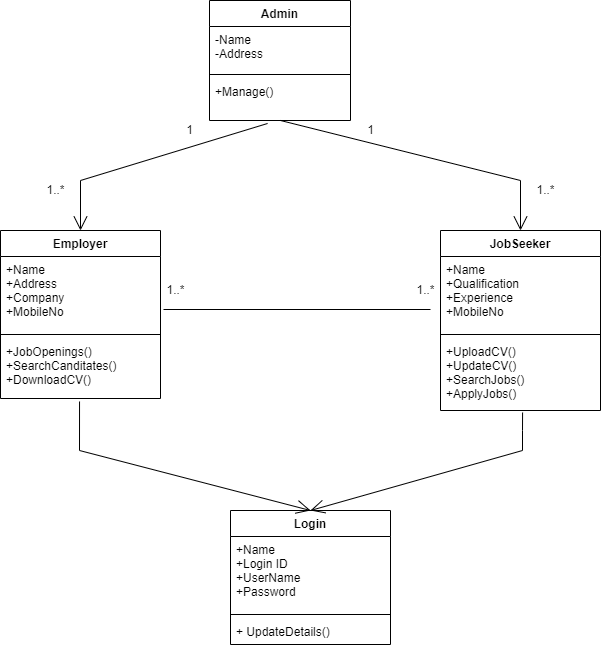
The draw.io diagram java-basics/02-12-2021/UML diagrams/Online Job Portal/Class Diagram.drawio.png in MuniswamiKokila/UST-prograd-training, before a commit. Source tidied: cells renumbered, new cells last; positions are measured from the earlier drawing's top-left corner, leaving out a move shared by most shapes. Its diagram source:
```xml
<mxGraphModel>
  <root>
    <mxCell id="0" />
    <mxCell id="1" parent="0" />
    <mxCell id="2" value="Admin" style="swimlane;fontStyle=1;align=center;verticalAlign=top;horizontal=1;startSize=26;" parent="1" vertex="1">
      <mxGeometry x="209" width="141" height="120" as="geometry" />
    </mxCell>
    <mxCell id="3" value="-Name&#10;-Address" style="text;strokeColor=none;fillColor=none;align=left;verticalAlign=top;spacingLeft=4;spacingRight=4;overflow=hidden;" parent="2" vertex="1">
      <mxGeometry y="26" width="141" height="44" as="geometry" />
    </mxCell>
    <mxCell id="4" style="line;strokeWidth=1;fillColor=none;align=left;verticalAlign=middle;spacingTop=-1;spacingLeft=3;spacingRight=3;labelPosition=right;" parent="2" vertex="1">
      <mxGeometry y="70" width="141" height="8" as="geometry" />
    </mxCell>
    <mxCell id="5" value="+Manage()" style="text;strokeColor=none;fillColor=none;align=left;verticalAlign=top;spacingLeft=4;spacingRight=4;overflow=hidden;points=[[0,0.5],[1,0.5]];portConstraint=eastwest;" parent="2" vertex="1">
      <mxGeometry y="78" width="141" height="42" as="geometry" />
    </mxCell>
    <mxCell id="6" value="Employer" style="swimlane;fontStyle=1;align=center;verticalAlign=top;horizontal=1;startSize=26;" parent="1" vertex="1">
      <mxGeometry y="230" width="160" height="168" as="geometry" />
    </mxCell>
    <mxCell id="7" value="+Name&#10;+Address&#10;+Company&#10;+MobileNo&#10;" style="text;strokeColor=none;fillColor=none;align=left;verticalAlign=top;spacingLeft=4;spacingRight=4;overflow=hidden;" parent="6" vertex="1">
      <mxGeometry y="26" width="160" height="74" as="geometry" />
    </mxCell>
    <mxCell id="8" style="line;strokeWidth=1;fillColor=none;align=left;verticalAlign=middle;spacingTop=-1;spacingLeft=3;spacingRight=3;labelPosition=right;" parent="6" vertex="1">
      <mxGeometry y="100" width="160" height="8" as="geometry" />
    </mxCell>
    <mxCell id="9" value="+JobOpenings()&#10;+SearchCanditates()&#10;+DownloadCV()&#10;" style="text;strokeColor=none;fillColor=none;align=left;verticalAlign=top;spacingLeft=4;spacingRight=4;overflow=hidden;points=[[0,0.5],[1,0.5]];portConstraint=eastwest;" parent="6" vertex="1">
      <mxGeometry y="108" width="160" height="60" as="geometry" />
    </mxCell>
    <mxCell id="10" value="JobSeeker" style="swimlane;fontStyle=1;align=center;verticalAlign=top;horizontal=1;startSize=26;" parent="1" vertex="1">
      <mxGeometry x="440" y="230" width="160" height="180" as="geometry" />
    </mxCell>
    <mxCell id="11" value="+Name&#10;+Qualification&#10;+Experience&#10;+MobileNo" style="text;strokeColor=none;fillColor=none;align=left;verticalAlign=top;spacingLeft=4;spacingRight=4;overflow=hidden;" parent="10" vertex="1">
      <mxGeometry y="26" width="160" height="74" as="geometry" />
    </mxCell>
    <mxCell id="12" style="line;strokeWidth=1;fillColor=none;align=left;verticalAlign=middle;spacingTop=-1;spacingLeft=3;spacingRight=3;labelPosition=right;" parent="10" vertex="1">
      <mxGeometry y="100" width="160" height="8" as="geometry" />
    </mxCell>
    <mxCell id="13" value="+UploadCV()&#10;+UpdateCV()&#10;+SearchJobs()&#10;+ApplyJobs()" style="text;strokeColor=none;fillColor=none;align=left;verticalAlign=top;spacingLeft=4;spacingRight=4;overflow=hidden;points=[[0,0.5],[1,0.5]];portConstraint=eastwest;" parent="10" vertex="1">
      <mxGeometry y="108" width="160" height="72" as="geometry" />
    </mxCell>
    <mxCell id="14" style="endArrow=open;endFill=1;endSize=12;html=1;rounded=0;exitX=0.412;exitY=1.071;exitDx=0;exitDy=0;exitPerimeter=0;entryX=0.5;entryY=0;entryDx=0;entryDy=0;" parent="1" edge="1" source="5" target="6">
      <mxGeometry relative="1" as="geometry">
        <Array as="points">
          <mxPoint x="80" y="180" />
        </Array>
      </mxGeometry>
    </mxCell>
    <mxCell id="15" style="endArrow=open;endFill=1;endSize=12;html=1;rounded=0;entryX=0.5;entryY=0;entryDx=0;entryDy=0;" parent="1" edge="1" target="10">
      <mxGeometry relative="1" as="geometry">
        <mxPoint x="280" y="120" as="sourcePoint" />
        <Array as="points">
          <mxPoint x="520" y="180" />
        </Array>
      </mxGeometry>
    </mxCell>
    <mxCell id="16" value="1" style="text;html=1;align=center;verticalAlign=middle;fillColor=none;strokeColor=none;rounded=0;" parent="1" vertex="1">
      <mxGeometry x="179" y="120" width="20" height="20" as="geometry" />
    </mxCell>
    <mxCell id="17" value="1..*" style="text;html=1;align=center;verticalAlign=middle;fillColor=none;strokeColor=none;rounded=0;" parent="1" vertex="1">
      <mxGeometry x="40" y="180" width="30" height="20" as="geometry" />
    </mxCell>
    <mxCell id="18" value="1" style="text;html=1;align=center;verticalAlign=middle;fillColor=none;strokeColor=none;rounded=0;" parent="1" vertex="1">
      <mxGeometry x="360" y="120" width="20" height="20" as="geometry" />
    </mxCell>
    <mxCell id="19" value="1..*" style="text;html=1;align=center;verticalAlign=middle;fillColor=none;strokeColor=none;rounded=0;" parent="1" vertex="1">
      <mxGeometry x="530" y="180" width="30" height="20" as="geometry" />
    </mxCell>
    <mxCell id="20" style="endArrow=none;html=1;rounded=0;" parent="1" edge="1">
      <mxGeometry relative="1" as="geometry">
        <mxPoint x="163" y="309" as="sourcePoint" />
        <mxPoint x="430" y="309" as="targetPoint" />
        <Array as="points">
          <mxPoint x="163" y="309" />
        </Array>
      </mxGeometry>
    </mxCell>
    <mxCell id="21" value="1..*" style="text;html=1;align=center;verticalAlign=middle;fillColor=none;strokeColor=none;rounded=0;" parent="1" vertex="1">
      <mxGeometry x="160" y="280" width="30" height="20" as="geometry" />
    </mxCell>
    <mxCell id="22" value="1..*" style="text;html=1;align=center;verticalAlign=middle;fillColor=none;strokeColor=none;rounded=0;" parent="1" vertex="1">
      <mxGeometry x="410" y="280" width="30" height="20" as="geometry" />
    </mxCell>
    <mxCell id="23" value="Login" style="swimlane;fontStyle=1;align=center;verticalAlign=top;horizontal=1;startSize=26;" parent="1" vertex="1">
      <mxGeometry x="230" y="510" width="160" height="134" as="geometry" />
    </mxCell>
    <mxCell id="24" value="+Name&#10;+Login ID&#10;+UserName&#10;+Password" style="text;strokeColor=none;fillColor=none;align=left;verticalAlign=top;spacingLeft=4;spacingRight=4;overflow=hidden;" parent="23" vertex="1">
      <mxGeometry y="26" width="160" height="74" as="geometry" />
    </mxCell>
    <mxCell id="25" style="line;strokeWidth=1;fillColor=none;align=left;verticalAlign=middle;spacingTop=-1;spacingLeft=3;spacingRight=3;labelPosition=right;" parent="23" vertex="1">
      <mxGeometry y="100" width="160" height="8" as="geometry" />
    </mxCell>
    <mxCell id="26" value="+ UpdateDetails()" style="text;strokeColor=none;fillColor=none;align=left;verticalAlign=top;spacingLeft=4;spacingRight=4;overflow=hidden;" parent="23" vertex="1">
      <mxGeometry y="108" width="160" height="26" as="geometry" />
    </mxCell>
    <mxCell id="27" style="endArrow=open;endFill=1;endSize=12;html=1;rounded=0;exitX=0.494;exitY=1.05;exitDx=0;exitDy=0;exitPerimeter=0;entryX=0.5;entryY=0;entryDx=0;entryDy=0;" parent="1" edge="1" source="9" target="23">
      <mxGeometry relative="1" as="geometry">
        <Array as="points">
          <mxPoint x="79" y="450" />
        </Array>
      </mxGeometry>
    </mxCell>
    <mxCell id="28" style="endArrow=open;endFill=1;endSize=12;html=1;rounded=0;exitX=0.513;exitY=1.028;exitDx=0;exitDy=0;exitPerimeter=0;" parent="1" edge="1" source="13">
      <mxGeometry relative="1" as="geometry">
        <mxPoint x="310" y="510" as="targetPoint" />
        <Array as="points">
          <mxPoint x="522" y="430" />
          <mxPoint x="522" y="450" />
        </Array>
      </mxGeometry>
    </mxCell>
  </root>
</mxGraphModel>
```
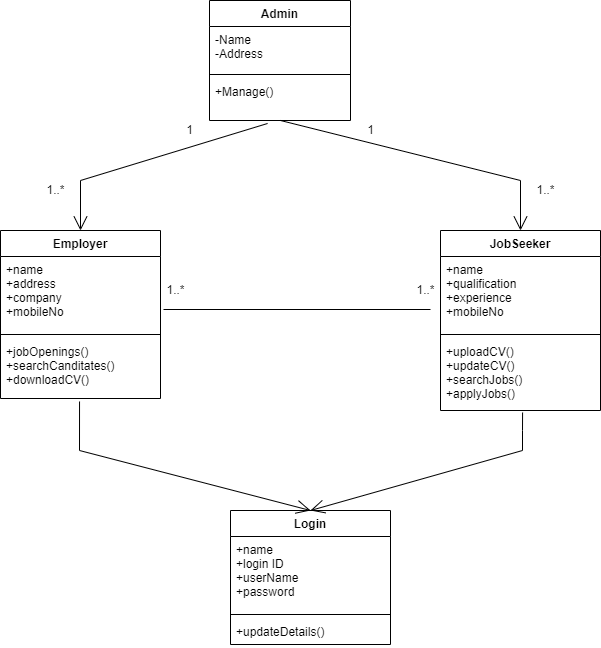
The same diagram one commit later.

Change to the diagram source:
```diff
@@ -17,25 +17,25 @@
     <mxCell id="6" value="Employer" style="swimlane;fontStyle=1;align=center;verticalAlign=top;horizontal=1;startSize=26;" parent="1" vertex="1">
       <mxGeometry y="230" width="160" height="168" as="geometry" />
     </mxCell>
-    <mxCell id="7" value="+Name&#10;+Address&#10;+Company&#10;+MobileNo&#10;" style="text;strokeColor=none;fillColor=none;align=left;verticalAlign=top;spacingLeft=4;spacingRight=4;overflow=hidden;" parent="6" vertex="1">
+    <mxCell id="7" value="+name&#10;+address&#10;+company&#10;+mobileNo&#10;" style="text;strokeColor=none;fillColor=none;align=left;verticalAlign=top;spacingLeft=4;spacingRight=4;overflow=hidden;" parent="6" vertex="1">
       <mxGeometry y="26" width="160" height="74" as="geometry" />
     </mxCell>
     <mxCell id="8" style="line;strokeWidth=1;fillColor=none;align=left;verticalAlign=middle;spacingTop=-1;spacingLeft=3;spacingRight=3;labelPosition=right;" parent="6" vertex="1">
       <mxGeometry y="100" width="160" height="8" as="geometry" />
     </mxCell>
-    <mxCell id="9" value="+JobOpenings()&#10;+SearchCanditates()&#10;+DownloadCV()&#10;" style="text;strokeColor=none;fillColor=none;align=left;verticalAlign=top;spacingLeft=4;spacingRight=4;overflow=hidden;points=[[0,0.5],[1,0.5]];portConstraint=eastwest;" parent="6" vertex="1">
+    <mxCell id="9" value="+jobOpenings()&#10;+searchCanditates()&#10;+downloadCV()&#10;" style="text;strokeColor=none;fillColor=none;align=left;verticalAlign=top;spacingLeft=4;spacingRight=4;overflow=hidden;points=[[0,0.5],[1,0.5]];portConstraint=eastwest;" parent="6" vertex="1">
       <mxGeometry y="108" width="160" height="60" as="geometry" />
     </mxCell>
     <mxCell id="10" value="JobSeeker" style="swimlane;fontStyle=1;align=center;verticalAlign=top;horizontal=1;startSize=26;" parent="1" vertex="1">
       <mxGeometry x="440" y="230" width="160" height="180" as="geometry" />
     </mxCell>
-    <mxCell id="11" value="+Name&#10;+Qualification&#10;+Experience&#10;+MobileNo" style="text;strokeColor=none;fillColor=none;align=left;verticalAlign=top;spacingLeft=4;spacingRight=4;overflow=hidden;" parent="10" vertex="1">
+    <mxCell id="11" value="+name&#10;+qualification&#10;+experience&#10;+mobileNo" style="text;strokeColor=none;fillColor=none;align=left;verticalAlign=top;spacingLeft=4;spacingRight=4;overflow=hidden;" parent="10" vertex="1">
       <mxGeometry y="26" width="160" height="74" as="geometry" />
     </mxCell>
     <mxCell id="12" style="line;strokeWidth=1;fillColor=none;align=left;verticalAlign=middle;spacingTop=-1;spacingLeft=3;spacingRight=3;labelPosition=right;" parent="10" vertex="1">
       <mxGeometry y="100" width="160" height="8" as="geometry" />
     </mxCell>
-    <mxCell id="13" value="+UploadCV()&#10;+UpdateCV()&#10;+SearchJobs()&#10;+ApplyJobs()" style="text;strokeColor=none;fillColor=none;align=left;verticalAlign=top;spacingLeft=4;spacingRight=4;overflow=hidden;points=[[0,0.5],[1,0.5]];portConstraint=eastwest;" parent="10" vertex="1">
+    <mxCell id="13" value="+uploadCV()&#10;+updateCV()&#10;+searchJobs()&#10;+applyJobs()" style="text;strokeColor=none;fillColor=none;align=left;verticalAlign=top;spacingLeft=4;spacingRight=4;overflow=hidden;points=[[0,0.5],[1,0.5]];portConstraint=eastwest;" parent="10" vertex="1">
       <mxGeometry y="108" width="160" height="72" as="geometry" />
     </mxCell>
     <mxCell id="14" style="endArrow=open;endFill=1;endSize=12;html=1;rounded=0;exitX=0.412;exitY=1.071;exitDx=0;exitDy=0;exitPerimeter=0;entryX=0.5;entryY=0;entryDx=0;entryDy=0;" parent="1" edge="1" source="5" target="6">
@@ -83,13 +83,13 @@
     <mxCell id="23" value="Login" style="swimlane;fontStyle=1;align=center;verticalAlign=top;horizontal=1;startSize=26;" parent="1" vertex="1">
       <mxGeometry x="230" y="510" width="160" height="134" as="geometry" />
     </mxCell>
-    <mxCell id="24" value="+Name&#10;+Login ID&#10;+UserName&#10;+Password" style="text;strokeColor=none;fillColor=none;align=left;verticalAlign=top;spacingLeft=4;spacingRight=4;overflow=hidden;" parent="23" vertex="1">
+    <mxCell id="24" value="+name&#10;+login ID&#10;+userName&#10;+password" style="text;strokeColor=none;fillColor=none;align=left;verticalAlign=top;spacingLeft=4;spacingRight=4;overflow=hidden;" parent="23" vertex="1">
       <mxGeometry y="26" width="160" height="74" as="geometry" />
     </mxCell>
     <mxCell id="25" style="line;strokeWidth=1;fillColor=none;align=left;verticalAlign=middle;spacingTop=-1;spacingLeft=3;spacingRight=3;labelPosition=right;" parent="23" vertex="1">
       <mxGeometry y="100" width="160" height="8" as="geometry" />
     </mxCell>
-    <mxCell id="26" value="+ UpdateDetails()" style="text;strokeColor=none;fillColor=none;align=left;verticalAlign=top;spacingLeft=4;spacingRight=4;overflow=hidden;" parent="23" vertex="1">
+    <mxCell id="26" value="+updateDetails()" style="text;strokeColor=none;fillColor=none;align=left;verticalAlign=top;spacingLeft=4;spacingRight=4;overflow=hidden;" parent="23" vertex="1">
       <mxGeometry y="108" width="160" height="26" as="geometry" />
     </mxCell>
     <mxCell id="27" style="endArrow=open;endFill=1;endSize=12;html=1;rounded=0;exitX=0.494;exitY=1.05;exitDx=0;exitDy=0;exitPerimeter=0;entryX=0.5;entryY=0;entryDx=0;entryDy=0;" parent="1" edge="1" source="9" target="23">
```
